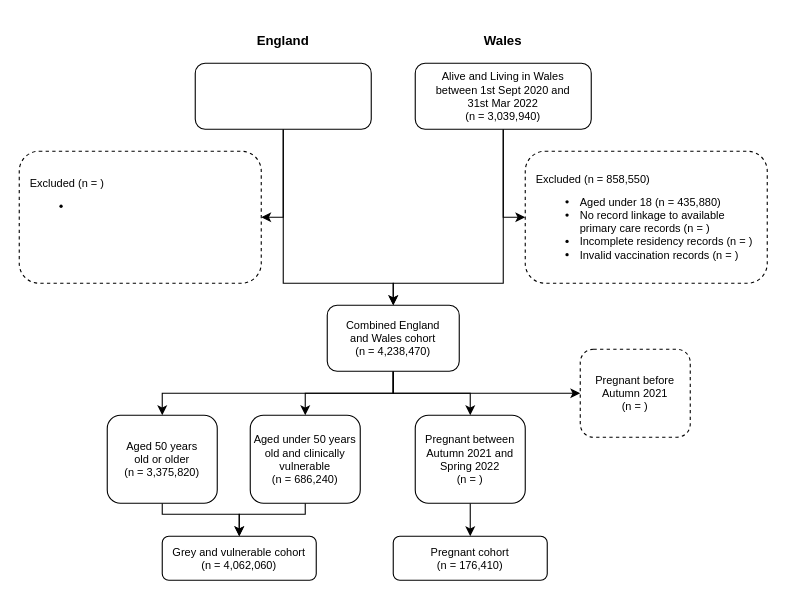
The draw.io diagram figure_cohort_inclusion_flowchart.drawio in stubedston/dacvap-c19-flu-vaccine-disparity, before the edit. Source tidied: cells renumbered, new cells numbered last; positions are measured from the earlier drawing's top-left corner, leaving out a move shared by most shapes. Both pictures are drawn from the tidied source at 110%, with x=0, y=0 at pixel (19, 19).
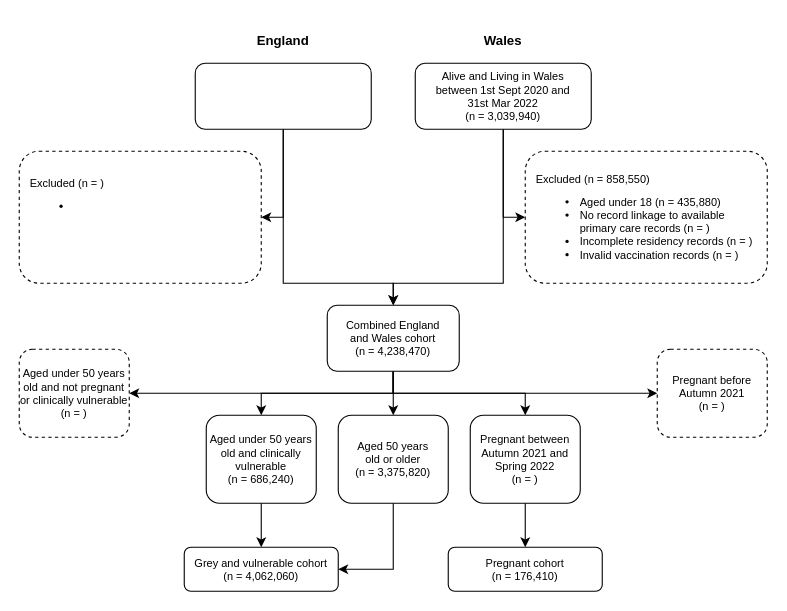
The same diagram, later.

The change refers to these unchanged cells:
```xml
<mxCell id="10" value="&lt;font style=&quot;font-size: 10px&quot;&gt;&lt;font style=&quot;font-size: 10px&quot;&gt;Combined England&lt;br&gt;and Wales cohort&lt;br style=&quot;font-size: 10px&quot;&gt;&lt;font style=&quot;font-size: 10px&quot;&gt;&lt;span style=&quot;font-size: 10px&quot;&gt;(n = 4,238,470)&lt;/span&gt;&lt;/font&gt;&lt;/font&gt;&lt;br style=&quot;font-size: 10px&quot;&gt;&lt;/font&gt;" style="rounded=1;whiteSpace=wrap;html=1;fontSize=10;glass=0;strokeWidth=1;shadow=0;" parent="1" vertex="1">
  <mxGeometry x="280" y="260" width="120" height="60" as="geometry" />
</mxCell>
```

The edit, as a diff of the source:
```diff
@@
+    <mxCell id="7" style="edgeStyle=orthogonalEdgeStyle;rounded=0;jettySize=auto;html=1;fontSize=10;" parent="1" edge="1" source="10" target="17">
+      <mxGeometry relative="1" as="geometry">
+        <Array as="points">
+          <mxPoint x="340" y="340" />
+          <mxPoint x="460" y="340" />
+        </Array>
+      </mxGeometry>
+    </mxCell>
+    <mxCell id="9" style="edgeStyle=orthogonalEdgeStyle;rounded=0;jettySize=auto;html=1;exitX=0.5;exitY=1;exitDx=0;exitDy=0;" parent="1" edge="1" source="10" target="24">
+      <mxGeometry relative="1" as="geometry" />
+    </mxCell>
+    <mxCell id="8" style="edgeStyle=orthogonalEdgeStyle;rounded=0;jettySize=auto;html=1;exitX=0.5;exitY=1;exitDx=0;exitDy=0;entryX=0.5;entryY=0;entryDx=0;entryDy=0;" parent="1" edge="1" source="10" target="12">
+      <mxGeometry relative="1" as="geometry" />
+    </mxCell>
-    <mxCell id="6" style="edgeStyle=orthogonalEdgeStyle;rounded=0;jettySize=auto;html=1;entryX=0.5;entryY=0;entryDx=0;entryDy=0;fontSize=10;" parent="1" edge="1" source="10" target="15">
+    <mxCell id="6" style="edgeStyle=orthogonalEdgeStyle;rounded=0;jettySize=auto;html=1;exitX=0.5;exitY=1;exitDx=0;exitDy=0;entryX=0.5;entryY=0;entryDx=0;entryDy=0;" parent="1" edge="1" source="10" target="15">
       <mxGeometry relative="1" as="geometry" />
     </mxCell>
-    <mxCell id="7" style="edgeStyle=orthogonalEdgeStyle;rounded=0;jettySize=auto;html=1;fontSize=10;" parent="1" edge="1" source="10" target="17">
-      <mxGeometry relative="1" as="geometry" />
-    </mxCell>
-    <mxCell id="8" style="edgeStyle=orthogonalEdgeStyle;rounded=0;jettySize=auto;html=1;fontSize=10;" parent="1" edge="1" source="10" target="12">
-      <mxGeometry relative="1" as="geometry">
-        <Array as="points">
-          <mxPoint x="340" y="340" />
-          <mxPoint x="130" y="340" />
-        </Array>
-      </mxGeometry>
-    </mxCell>
-    <mxCell id="9" style="edgeStyle=orthogonalEdgeStyle;rounded=0;jettySize=auto;html=1;exitX=0.5;exitY=1;exitDx=0;exitDy=0;" parent="1" edge="1" source="10" target="24">
-      <mxGeometry relative="1" as="geometry" />
-    </mxCell>
+    <mxCell id="26" style="edgeStyle=orthogonalEdgeStyle;rounded=0;jettySize=auto;html=1;exitX=0.5;exitY=1;exitDx=0;exitDy=0;entryX=1;entryY=0.5;entryDx=0;entryDy=0;" parent="1" edge="1" source="10" target="27">
+      <mxGeometry relative="1" as="geometry" />
+    </mxCell>
@@
-    <mxCell id="11" style="edgeStyle=orthogonalEdgeStyle;rounded=0;jettySize=auto;html=1;entryX=0.5;entryY=0;entryDx=0;entryDy=0;fontSize=10;" parent="1" edge="1" source="12" target="13">
-      <mxGeometry relative="1" as="geometry">
-        <Array as="points">
-          <mxPoint x="130" y="450" />
-          <mxPoint x="200" y="450" />
-        </Array>
-      </mxGeometry>
+    <mxCell id="11" style="edgeStyle=orthogonalEdgeStyle;rounded=0;jettySize=auto;html=1;exitX=0.5;exitY=1;exitDx=0;exitDy=0;entryX=1;entryY=0.5;entryDx=0;entryDy=0;" parent="1" edge="1" source="12" target="13">
+      <mxGeometry relative="1" as="geometry" />
     </mxCell>
     <mxCell id="12" value="&lt;div style=&quot;font-size: 10px&quot;&gt;&lt;span style=&quot;font-size: 10px&quot;&gt;Aged 50 years&lt;/span&gt;&lt;/div&gt;&lt;div style=&quot;font-size: 10px&quot;&gt;&lt;span style=&quot;font-size: 10px&quot;&gt;old&amp;nbsp;&lt;/span&gt;&lt;span style=&quot;background-color: initial;&quot;&gt;or older&lt;/span&gt;&lt;/div&gt;&lt;div style=&quot;font-size: 10px&quot;&gt;&lt;span style=&quot;font-size: 10px&quot;&gt;(n = 3,375,820)&lt;/span&gt;&lt;/div&gt;" style="rounded=1;whiteSpace=wrap;html=1;fontSize=10;glass=0;strokeWidth=1;shadow=0;align=center;fontStyle=0;" parent="1" vertex="1">
-      <mxGeometry x="80" y="360" width="100" height="80" as="geometry" />
+      <mxGeometry x="290" y="360" width="100" height="80" as="geometry" />
     </mxCell>
     <mxCell id="13" value="&lt;font style=&quot;font-size: 10px&quot;&gt;&lt;font style=&quot;font-size: 10px&quot;&gt;&lt;span style=&quot;font-size: 10px&quot;&gt;&lt;span style=&quot;font-size: 10px&quot;&gt;Grey and vulnerable cohort&lt;/span&gt;&lt;br style=&quot;font-size: 10px&quot;&gt;&lt;font style=&quot;font-size: 10px&quot;&gt;(n = 4,062,060)&lt;/font&gt;&lt;/span&gt;&lt;/font&gt;&lt;br style=&quot;font-size: 10px&quot;&gt;&lt;/font&gt;" style="rounded=1;whiteSpace=wrap;html=1;fontSize=10;glass=0;strokeWidth=1;shadow=0;fontStyle=0;" parent="1" vertex="1">
-      <mxGeometry x="130" y="470" width="140" height="40" as="geometry" />
+      <mxGeometry x="150" y="480" width="140" height="40" as="geometry" />
     </mxCell>
-    <mxCell id="14" style="edgeStyle=orthogonalEdgeStyle;rounded=0;jettySize=auto;html=1;entryX=0.5;entryY=0;entryDx=0;entryDy=0;fontSize=10;" parent="1" edge="1" source="15" target="13">
-      <mxGeometry relative="1" as="geometry">
-        <Array as="points">
-          <mxPoint x="260" y="450" />
-          <mxPoint x="200" y="450" />
-        </Array>
-      </mxGeometry>
+    <mxCell id="14" style="edgeStyle=orthogonalEdgeStyle;rounded=0;jettySize=auto;html=1;exitX=0.5;exitY=1;exitDx=0;exitDy=0;entryX=0.5;entryY=0;entryDx=0;entryDy=0;" parent="1" edge="1" source="15" target="13">
+      <mxGeometry relative="1" as="geometry" />
     </mxCell>
     <mxCell id="15" value="Aged under 50 years&lt;br&gt;old and clinically vulnerable&lt;br style=&quot;font-size: 10px&quot;&gt;&lt;span style=&quot;font-size: 10px&quot;&gt;(n = 686,240)&lt;/span&gt;" style="rounded=1;whiteSpace=wrap;html=1;fontStyle=0;fontSize=10;" parent="1" vertex="1">
-      <mxGeometry x="210" y="360" width="100" height="80" as="geometry" />
+      <mxGeometry x="170" y="360" width="100" height="80" as="geometry" />
     </mxCell>
@@
     <mxCell id="17" value="Pregnant between Autumn 2021 and Spring 2022&lt;br style=&quot;font-size: 10px&quot;&gt;&lt;span style=&quot;font-size: 10px&quot;&gt;(n = )&lt;/span&gt;" style="rounded=1;whiteSpace=wrap;html=1;fontSize=10;fontStyle=0;" parent="1" vertex="1">
-      <mxGeometry x="360" y="360" width="100" height="80" as="geometry" />
+      <mxGeometry x="410" y="360" width="100" height="80" as="geometry" />
     </mxCell>
@@
     <mxCell id="24" value="Pregnant before&lt;br&gt;Autumn 2021&lt;br style=&quot;font-size: 10px&quot;&gt;&lt;span style=&quot;font-size: 10px&quot;&gt;(n = )&lt;/span&gt;" style="rounded=1;whiteSpace=wrap;html=1;fontSize=10;fontStyle=0;dashed=1;" parent="1" vertex="1">
-      <mxGeometry x="510" y="300" width="100" height="80" as="geometry" />
+      <mxGeometry x="580" y="300" width="100" height="80" as="geometry" />
     </mxCell>
     <mxCell id="25" value="&lt;font style=&quot;font-size: 10px&quot;&gt;Pregnant cohort&lt;br&gt;(n = 176,410)&lt;br style=&quot;font-size: 10px&quot;&gt;&lt;/font&gt;" style="rounded=1;whiteSpace=wrap;html=1;fontSize=10;glass=0;strokeWidth=1;shadow=0;fontStyle=0;" parent="1" vertex="1">
-      <mxGeometry x="340" y="470" width="140" height="40" as="geometry" />
+      <mxGeometry x="390" y="480" width="140" height="40" as="geometry" />
     </mxCell>
+    <mxCell id="27" value="Aged under 50 years old and not pregnant or clinically vulnerable&lt;br style=&quot;font-size: 10px&quot;&gt;&lt;span style=&quot;font-size: 10px&quot;&gt;(n = )&lt;/span&gt;" style="rounded=1;whiteSpace=wrap;html=1;fontSize=10;fontStyle=0;dashed=1;" parent="1" vertex="1">
+      <mxGeometry y="300" width="100" height="80" as="geometry" />
+    </mxCell>
```
